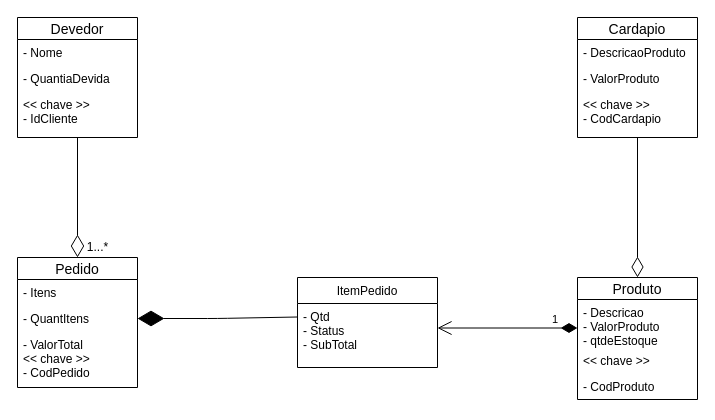
Darienzo08/ope_ads keeps this draw.io diagram as docs/ARTEFATOS(15-23)/ATENDER_CLIENTE/Modelo_Conceitual.drawio. Above is the earlier version. Source tidied: cells renumbered, new cells numbered last; positions are measured from the earlier drawing's top-left corner, leaving out a move shared by most shapes. Both pictures are drawn from the tidied source at 100%, with x=0, y=0 at pixel (17, 17).
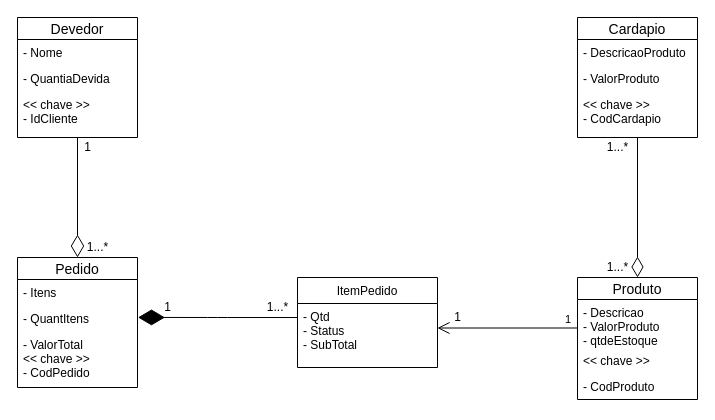
Above is the later version.

Unchanged cells that the change refers to:
```xml
<mxCell id="5" value="- QuantItens" style="text;strokeColor=none;fillColor=none;spacingLeft=4;spacingRight=4;overflow=hidden;points=[[0,0.5],[1,0.5]];portConstraint=eastwest;fontSize=12;" parent="3" vertex="1">
  <mxGeometry y="48" width="120" height="26" as="geometry" />
</mxCell>
<mxCell id="14" value="- Qtd&#10;- Status&#10;- SubTotal" style="text;strokeColor=none;fillColor=none;align=left;verticalAlign=top;spacingLeft=4;spacingRight=4;overflow=hidden;points=[[0,0.5],[1,0.5]];portConstraint=eastwest;" parent="13" vertex="1">
  <mxGeometry y="26" width="140" height="64" as="geometry" />
</mxCell>
<mxCell id="16" value="- Descricao&#10;- ValorProduto&#10;- qtdeEstoque" style="text;strokeColor=none;fillColor=none;spacingLeft=4;spacingRight=4;overflow=hidden;points=[[0,0.5],[1,0.5]];portConstraint=eastwest;fontSize=12;" parent="15" vertex="1">
  <mxGeometry y="22" width="120" height="48" as="geometry" />
</mxCell>
```

Diff of the diagram source:
```diff
@@
-    <mxCell id="2" value="1" style="endArrow=open;html=1;endSize=12;startArrow=diamondThin;startSize=14;startFill=1;edgeStyle=orthogonalEdgeStyle;align=left;verticalAlign=bottom;exitX=0;exitY=0.594;exitDx=0;exitDy=0;exitPerimeter=0;" parent="1" edge="1" source="16" target="14">
-      <mxGeometry x="-0.62" relative="1" as="geometry">
+    <mxCell id="2" value="1" style="endArrow=open;html=1;endSize=10;startArrow=none;startSize=14;startFill=0;edgeStyle=orthogonalEdgeStyle;align=left;verticalAlign=bottom;exitX=0;exitY=0.594;exitDx=0;exitDy=0;exitPerimeter=0;spacing=2;spacingLeft=6;" parent="1" edge="1" source="16" target="14">
+      <mxGeometry x="-0.71" relative="1" as="geometry">
         <Array as="points">
           <mxPoint x="560" y="310" />
         </Array>
       </mxGeometry>
     </mxCell>
@@
-    <mxCell id="12" style="endArrow=diamondThin;endFill=1;endSize=24;html=1;entryX=1;entryY=0.5;entryDx=0;entryDy=0;" parent="1" edge="1" target="5">
+    <mxCell id="12" style="endArrow=diamondThin;endFill=1;endSize=24;html=1;entryX=1.004;entryY=0.459;entryDx=0;entryDy=0;entryPerimeter=0;exitX=0.001;exitY=0.219;exitDx=0;exitDy=0;exitPerimeter=0;" parent="1" edge="1" source="14" target="5">
       <mxGeometry relative="1" as="geometry">
-        <mxPoint x="280" y="299.5" as="sourcePoint" />
         <Array as="points">
-          <mxPoint x="200" y="301" />
+          <mxPoint x="200" y="300" />
         </Array>
       </mxGeometry>
     </mxCell>
@@
+    <mxCell id="25" value="1" style="text;html=1;align=center;verticalAlign=middle;" parent="1" vertex="1">
+      <mxGeometry x="60" y="120" width="20" height="20" as="geometry" />
+    </mxCell>
+    <mxCell id="26" value="1" style="text;html=1;align=center;verticalAlign=middle;" parent="1" vertex="1">
+      <mxGeometry x="430" y="290" width="20" height="20" as="geometry" />
+    </mxCell>
+    <mxCell id="27" value="1" style="text;html=1;align=center;verticalAlign=middle;" parent="1" vertex="1">
+      <mxGeometry x="140" y="280" width="20" height="20" as="geometry" />
+    </mxCell>
+    <mxCell id="28" value="1...*" style="text;html=1;align=center;verticalAlign=middle;" parent="1" vertex="1">
+      <mxGeometry x="240" y="280" width="40" height="20" as="geometry" />
+    </mxCell>
+    <mxCell id="29" value="1...*" style="text;html=1;align=center;verticalAlign=middle;" parent="1" vertex="1">
+      <mxGeometry x="580" y="120" width="40" height="20" as="geometry" />
+    </mxCell>
+    <mxCell id="30" value="1...*" style="text;html=1;align=center;verticalAlign=middle;" parent="1" vertex="1">
+      <mxGeometry x="580" y="240" width="40" height="20" as="geometry" />
+    </mxCell>
```
